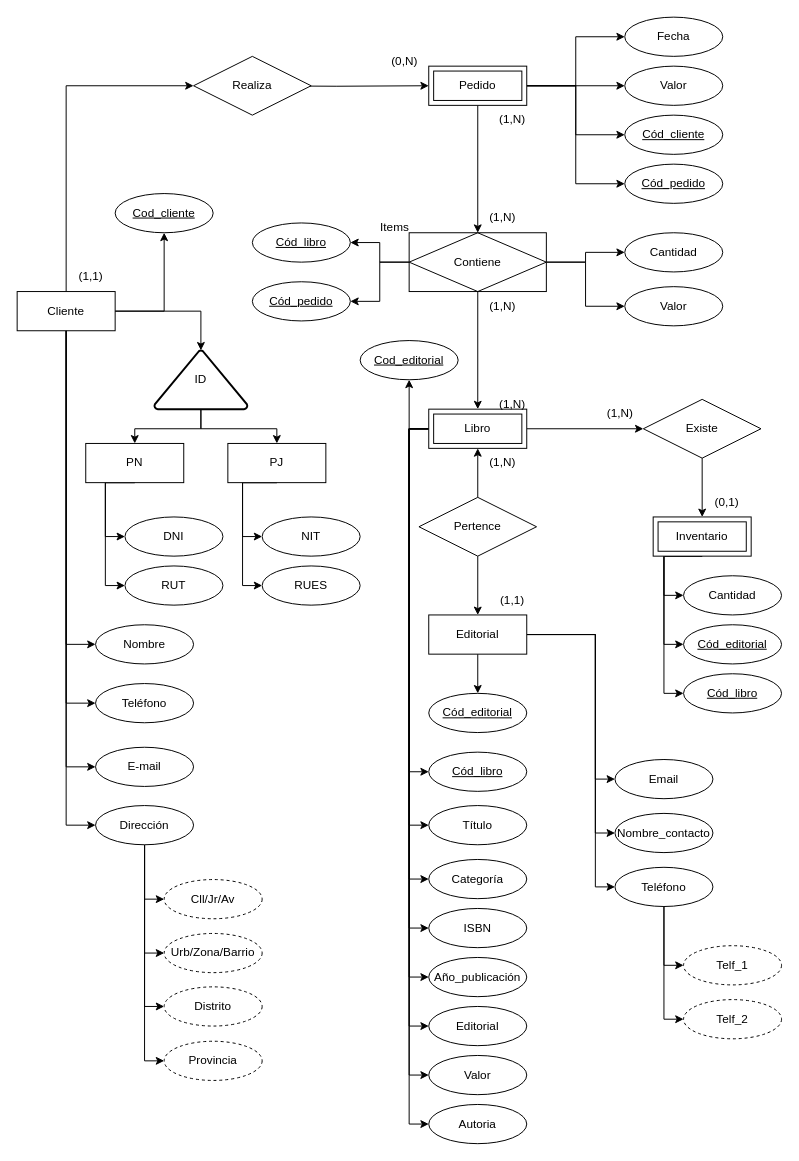
Haco31/Diagrama_ keeps this draw.io diagram as Diagrama.drawio. Above is the earlier version. Source tidied: cells renumbered, new cells numbered last; positions are measured from the earlier drawing's top-left corner, leaving out a move shared by most shapes. Both pictures are drawn from the tidied source at 98%, with x=0, y=0 at pixel (17, 17).
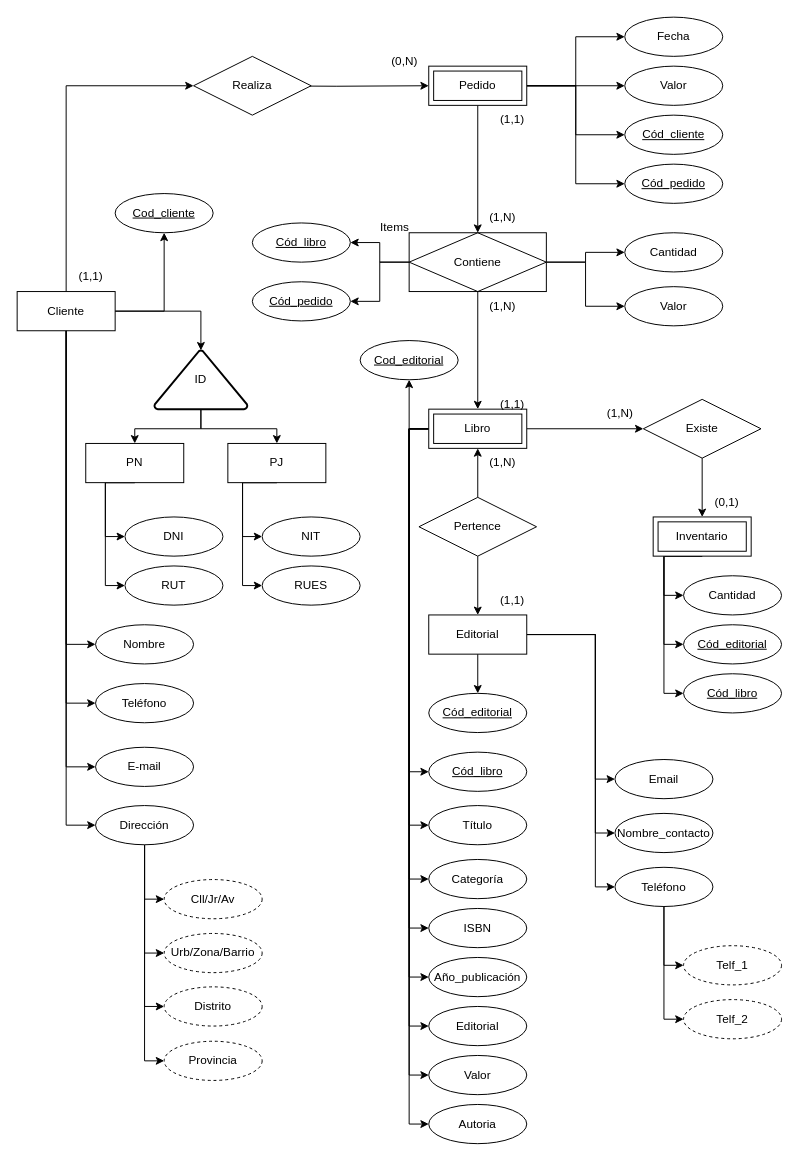
Above is the later version.

Diff of the diagram source:
```diff
@@
-    <mxCell id="38" value="(1,N)" style="text;html=1;align=center;verticalAlign=middle;strokeColor=none;fillColor=none;" parent="1" vertex="1">
+    <mxCell id="38" value="(1,1)" style="text;html=1;align=center;verticalAlign=middle;strokeColor=none;fillColor=none;" parent="1" vertex="1">
       <mxGeometry x="480" y="90" width="50" height="30" as="geometry" />
     </mxCell>
-    <mxCell id="39" value="(1,N)" style="text;html=1;align=center;verticalAlign=middle;strokeColor=none;fillColor=none;" parent="1" vertex="1">
+    <mxCell id="39" value="(1,1)" style="text;html=1;align=center;verticalAlign=middle;strokeColor=none;fillColor=none;" parent="1" vertex="1">
       <mxGeometry x="480" y="380" width="50" height="30" as="geometry" />
     </mxCell>
```
